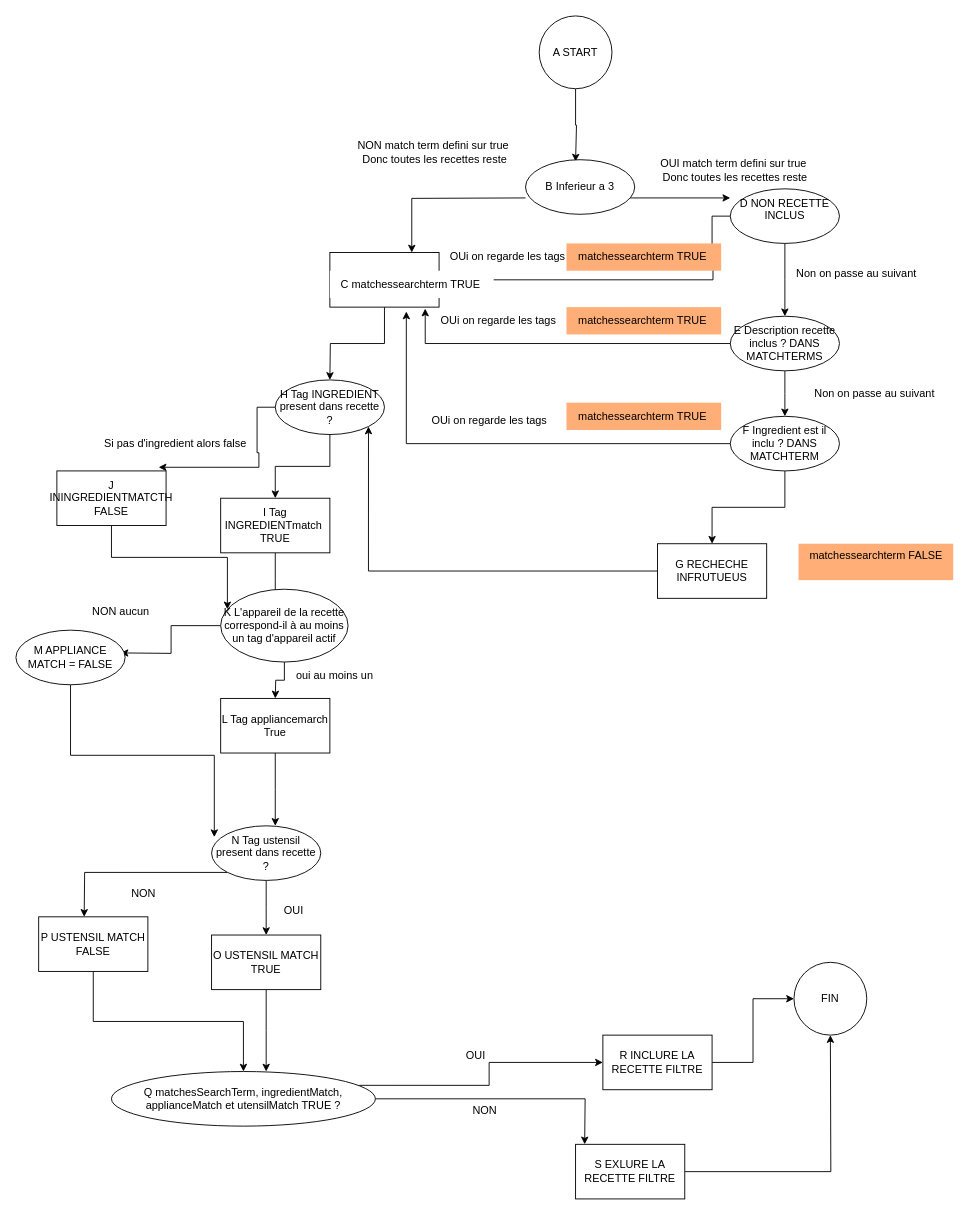
marco3866/projet-7 keeps this draw.io diagram as 1 SCHEMAT BON/1 LAST GOOD FILTRE.drawio. Above is the earlier version. Source tidied: cells renumbered, new cells numbered last; positions are measured from the earlier drawing's top-left corner, leaving out a move shared by most shapes. Both pictures are drawn from the tidied source at 91%, with x=0, y=0 at pixel (15, 15).
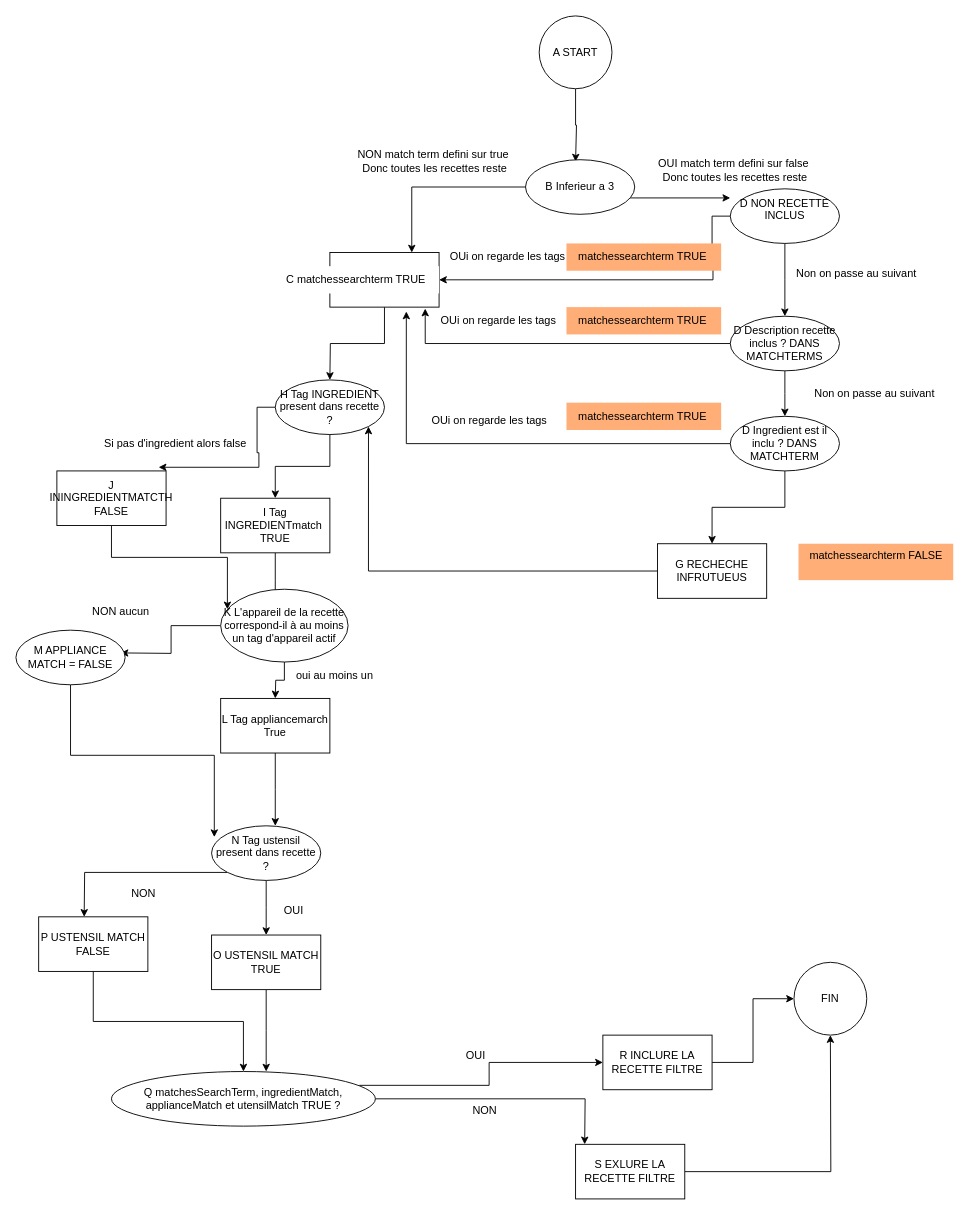
After the change.

Unchanged cells that the change refers to:
```xml
<mxCell id="7" value="B Inferieur a 3" style="ellipse;whiteSpace=wrap;html=1;" parent="1" vertex="1">
  <mxGeometry x="560" y="158" width="120" height="60" as="geometry" />
</mxCell>
<mxCell id="10" style="rounded=0;whiteSpace=wrap;html=1;" parent="1" vertex="1">
  <mxGeometry x="345" y="260" width="120" height="60" as="geometry" />
</mxCell>
```

The edit, as a diff of the source:
```diff
@@
-    <mxCell id="3" style="edgeStyle=orthogonalEdgeStyle;rounded=0;jettySize=auto;html=1;entryX=0.75;entryY=0;entryDx=0;entryDy=0;" parent="1" edge="1" target="10">
-      <mxGeometry relative="1" as="geometry">
-        <mxPoint x="560" y="200" as="sourcePoint" />
-      </mxGeometry>
-    </mxCell>
     <mxCell id="4" value="NON match term defini sur true&amp;nbsp;&lt;div&gt;Donc toutes les recettes reste&lt;/div&gt;" style="text;html=1;align=center;verticalAlign=middle;strokeColor=none;fillColor=none;" parent="1" vertex="1">
-      <mxGeometry x="365" y="130" width="190" height="40" as="geometry" />
+      <mxGeometry x="365" y="140" width="190" height="40" as="geometry" />
     </mxCell>
@@
+    <mxCell id="68" style="edgeStyle=orthogonalEdgeStyle;rounded=0;jettySize=auto;html=1;exitX=0;exitY=0.5;exitDx=0;exitDy=0;entryX=0.75;entryY=0;entryDx=0;entryDy=0;" parent="1" edge="1" source="7" target="10">
+      <mxGeometry relative="1" as="geometry" />
+    </mxCell>
@@
-    <mxCell id="8" value="OUI match term defini sur true&amp;nbsp;&lt;div&gt;Donc toutes les recettes reste&lt;/div&gt;" style="text;html=1;align=center;verticalAlign=middle;strokeColor=none;fillColor=none;" parent="1" vertex="1">
+    <mxCell id="8" value="OUI match term defini sur false&amp;nbsp;&lt;div&gt;Donc toutes les recettes reste&lt;/div&gt;" style="text;html=1;align=center;verticalAlign=middle;strokeColor=none;fillColor=none;" parent="1" vertex="1">
       <mxGeometry x="695" y="150" width="190" height="40" as="geometry" />
     </mxCell>
@@
-    <mxCell id="15" value="E Description recette inclus ? DANS MATCHTERMS" style="ellipse;whiteSpace=wrap;html=1;" parent="1" vertex="1">
+    <mxCell id="15" value="D Description recette inclus ? DANS MATCHTERMS" style="ellipse;whiteSpace=wrap;html=1;" parent="1" vertex="1">
       <mxGeometry x="785" y="330" width="120" height="60" as="geometry" />
     </mxCell>
@@
-    <mxCell id="17" value="F Ingredient est il inclu ? DANS MATCHTERM" style="ellipse;whiteSpace=wrap;html=1;" parent="1" vertex="1">
+    <mxCell id="17" value="D Ingredient est il inclu ? DANS MATCHTERM" style="ellipse;whiteSpace=wrap;html=1;" parent="1" vertex="1">
       <mxGeometry x="785" y="440" width="120" height="60" as="geometry" />
     </mxCell>
@@
     <mxCell id="31" value="C matchessearchterm TRUE&amp;nbsp;" style="text;html=1;align=center;verticalAlign=middle;strokeColor=none;fillColor=default;" parent="1" vertex="1">
-      <mxGeometry x="345" y="280" width="180" height="30" as="geometry" />
+      <mxGeometry x="285" y="275" width="180" height="30" as="geometry" />
     </mxCell>
```
